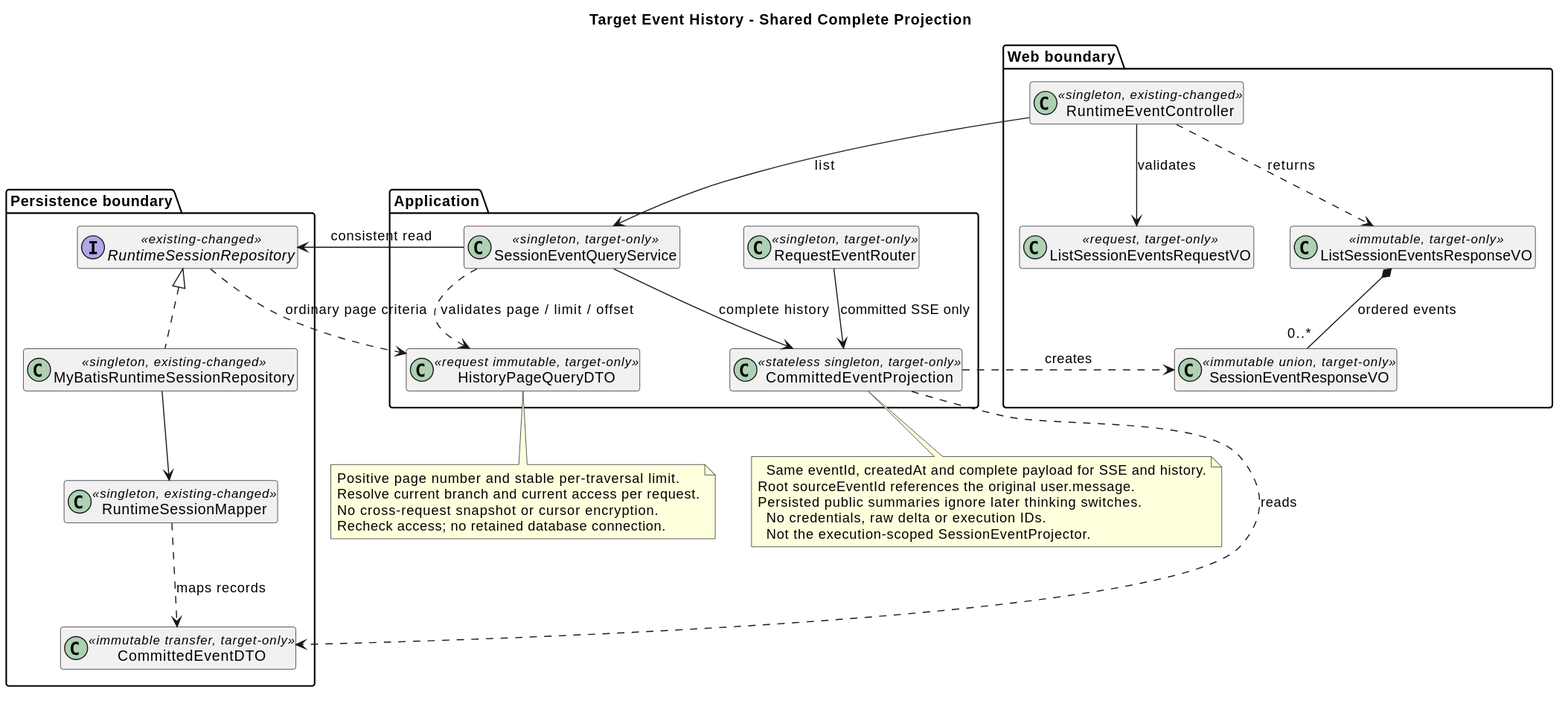
Before: 01-总体架构/01-CampusClaw多Agent运行时/设计图/事件历史查询/target_event_history_classes.svg, a diagram exported from PlantUML (ssm0808/pi-mono-java-design).
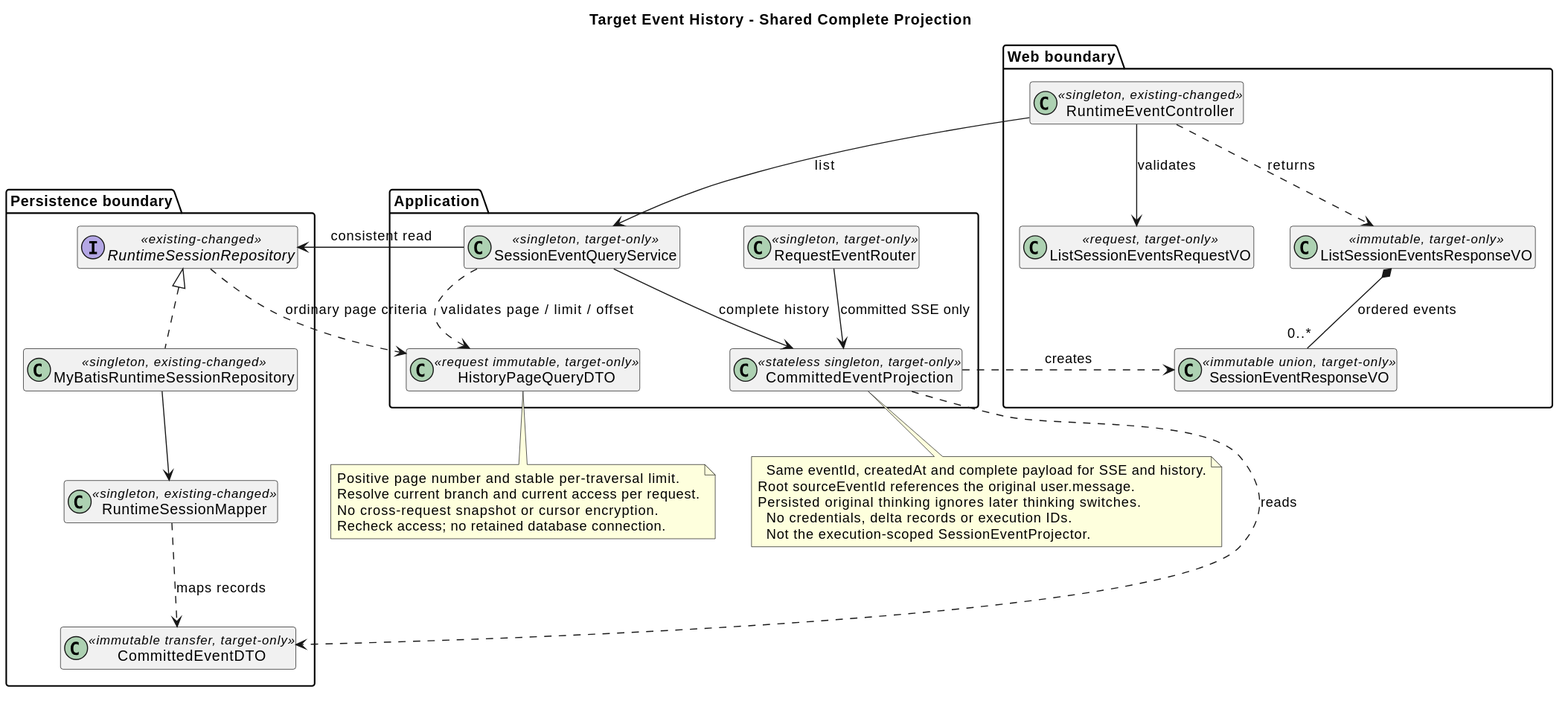
The same diagram one commit later.

What changed in the source:
```diff
@@ -43,8 +43,8 @@
 note bottom of CommittedEventProjection
   Same eventId, createdAt and complete payload for SSE and history.
 Root sourceEventId references the original user.message.
-Persisted public summaries ignore later thinking switches.
-  No credentials, raw delta or execution IDs.
+Persisted original thinking ignores later thinking switches.
+  No credentials, delta records or execution IDs.
   Not the execution-scoped SessionEventProjector.
 end note
 @enduml
```
